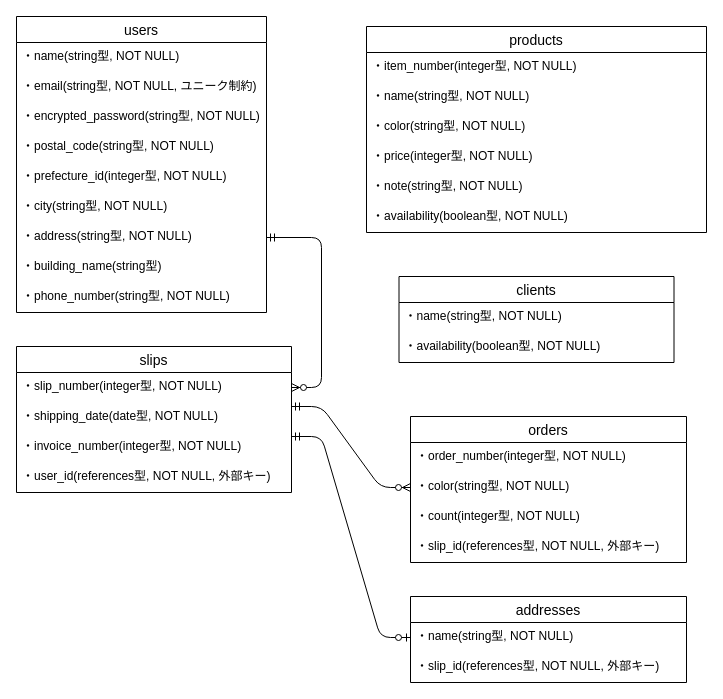
Before: easy_slips.dio in hiddy0329/easy_slips, a draw.io diagram. Source tidied: cells renumbered, new cells numbered last; positions are measured from the earlier drawing's top-left corner, leaving out a move shared by most shapes. Both pictures are drawn from the tidied source at 100%, with x=0, y=0 at pixel (16, 16).
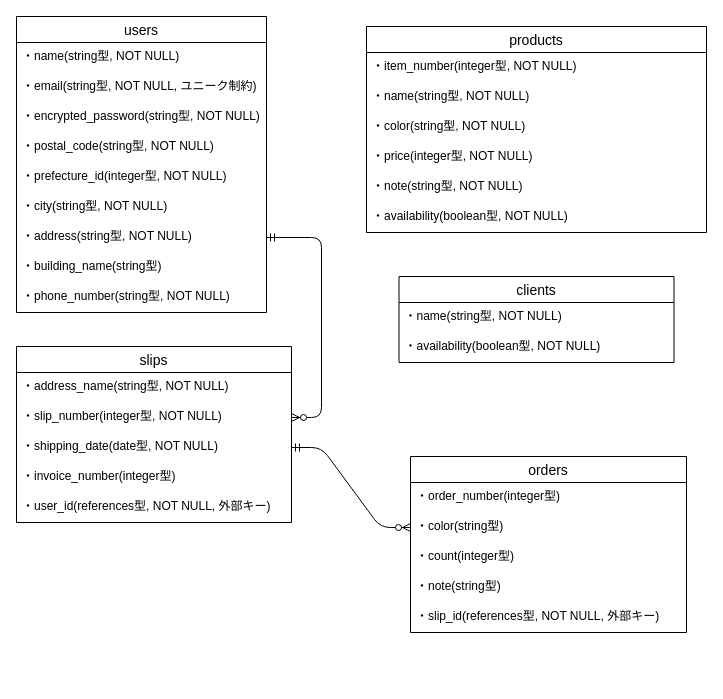
After the change.

Commit message (it also covers changes not shown here):
ER図とREADMEの修正

The edit, as a diff of the source:
```diff
@@
     <mxCell id="22" value="slips" style="swimlane;fontStyle=0;horizontal=1;startSize=26;align=center;fontSize=14;" parent="1" vertex="1">
-      <mxGeometry y="330" width="275" height="146" as="geometry" />
+      <mxGeometry y="330" width="275" height="176" as="geometry" />
     </mxCell>
+    <mxCell id="38" value="・address_name(string型, NOT NULL)" style="text;strokeColor=none;fillColor=none;spacingLeft=4;spacingRight=4;overflow=hidden;fontSize=12;" parent="22" vertex="1">
+      <mxGeometry y="26" width="275" height="30" as="geometry" />
+    </mxCell>
     <mxCell id="23" value="・slip_number(integer型, NOT NULL)" style="text;strokeColor=none;fillColor=none;spacingLeft=4;spacingRight=4;overflow=hidden;points=[[0,0.5],[1,0.5]];portConstraint=eastwest;fontSize=12;" parent="22" vertex="1">
-      <mxGeometry y="26" width="275" height="30" as="geometry" />
+      <mxGeometry y="56" width="275" height="30" as="geometry" />
     </mxCell>
     <mxCell id="24" value="・shipping_date(date型, NOT NULL)" style="text;strokeColor=none;fillColor=none;spacingLeft=4;spacingRight=4;overflow=hidden;points=[[0,0.5],[1,0.5]];portConstraint=eastwest;fontSize=12;" parent="22" vertex="1">
-      <mxGeometry y="56" width="275" height="30" as="geometry" />
+      <mxGeometry y="86" width="275" height="30" as="geometry" />
     </mxCell>
-    <mxCell id="25" value="・invoice_number(integer型, NOT NULL)" style="text;strokeColor=none;fillColor=none;spacingLeft=4;spacingRight=4;overflow=hidden;fontSize=12;" parent="22" vertex="1">
-      <mxGeometry y="86" width="275" height="30" as="geometry" />
+    <mxCell id="25" value="・invoice_number(integer型)" style="text;strokeColor=none;fillColor=none;spacingLeft=4;spacingRight=4;overflow=hidden;fontSize=12;" parent="22" vertex="1">
+      <mxGeometry y="116" width="275" height="30" as="geometry" />
     </mxCell>
     <mxCell id="26" value="・user_id(references型, NOT NULL, 外部キー)" style="text;strokeColor=none;fillColor=none;spacingLeft=4;spacingRight=4;overflow=hidden;fontSize=12;" parent="22" vertex="1">
-      <mxGeometry y="116" width="275" height="30" as="geometry" />
+      <mxGeometry y="146" width="275" height="30" as="geometry" />
     </mxCell>
@@
     <mxCell id="28" value="orders" style="swimlane;fontStyle=0;horizontal=1;startSize=26;align=center;fontSize=14;" parent="1" vertex="1">
-      <mxGeometry x="394" y="400" width="276" height="146" as="geometry" />
+      <mxGeometry x="394" y="440" width="276" height="176" as="geometry" />
     </mxCell>
-    <mxCell id="29" value="・order_number(integer型, NOT NULL)" style="text;strokeColor=none;fillColor=none;spacingLeft=4;spacingRight=4;overflow=hidden;fontSize=12;" parent="28" vertex="1">
+    <mxCell id="29" value="・order_number(integer型)" style="text;strokeColor=none;fillColor=none;spacingLeft=4;spacingRight=4;overflow=hidden;fontSize=12;" parent="28" vertex="1">
       <mxGeometry y="26" width="276" height="30" as="geometry" />
     </mxCell>
-    <mxCell id="30" value="・color(string型, NOT NULL)" style="text;strokeColor=none;fillColor=none;spacingLeft=4;spacingRight=4;overflow=hidden;points=[[0,0.5],[1,0.5]];portConstraint=eastwest;fontSize=12;" parent="28" vertex="1">
+    <mxCell id="30" value="・color(string型)" style="text;strokeColor=none;fillColor=none;spacingLeft=4;spacingRight=4;overflow=hidden;points=[[0,0.5],[1,0.5]];portConstraint=eastwest;fontSize=12;" parent="28" vertex="1">
       <mxGeometry y="56" width="276" height="30" as="geometry" />
     </mxCell>
-    <mxCell id="31" value="・count(integer型, NOT NULL)" style="text;strokeColor=none;fillColor=none;spacingLeft=4;spacingRight=4;overflow=hidden;fontSize=12;" parent="28" vertex="1">
+    <mxCell id="31" value="・count(integer型)" style="text;strokeColor=none;fillColor=none;spacingLeft=4;spacingRight=4;overflow=hidden;fontSize=12;" parent="28" vertex="1">
       <mxGeometry y="86" width="276" height="30" as="geometry" />
     </mxCell>
+    <mxCell id="39" value="・note(string型)" style="text;strokeColor=none;fillColor=none;spacingLeft=4;spacingRight=4;overflow=hidden;fontSize=12;" parent="28" vertex="1">
+      <mxGeometry y="116" width="276" height="30" as="geometry" />
+    </mxCell>
     <mxCell id="32" value="・slip_id(references型, NOT NULL, 外部キー)" style="text;strokeColor=none;fillColor=none;spacingLeft=4;spacingRight=4;overflow=hidden;fontSize=12;" parent="28" vertex="1">
-      <mxGeometry y="116" width="276" height="30" as="geometry" />
+      <mxGeometry y="146" width="276" height="30" as="geometry" />
     </mxCell>
-    <mxCell id="33" value="addresses" style="swimlane;fontStyle=0;horizontal=1;startSize=26;align=center;fontSize=14;" parent="1" vertex="1">
-      <mxGeometry x="394" y="580" width="276" height="86" as="geometry" />
-    </mxCell>
-    <mxCell id="34" value="・name(string型, NOT NULL)" style="text;strokeColor=none;fillColor=none;spacingLeft=4;spacingRight=4;overflow=hidden;points=[[0,0.5],[1,0.5]];portConstraint=eastwest;fontSize=12;" parent="33" vertex="1">
-      <mxGeometry y="26" width="276" height="30" as="geometry" />
-    </mxCell>
-    <mxCell id="35" value="・slip_id(references型, NOT NULL, 外部キー)" style="text;strokeColor=none;fillColor=none;spacingLeft=4;spacingRight=4;overflow=hidden;fontSize=12;" parent="33" vertex="1">
-      <mxGeometry y="56" width="276" height="30" as="geometry" />
-    </mxCell>
-    <mxCell id="36" style="edgeStyle=entityRelationEdgeStyle;fontSize=12;html=1;endArrow=ERzeroToOne;startArrow=ERmandOne;entryX=0;entryY=0.5;entryDx=0;entryDy=0;" parent="1" edge="1" target="34">
-      <mxGeometry relative="1" as="geometry">
-        <mxPoint x="275" y="420" as="sourcePoint" />
-      </mxGeometry>
-    </mxCell>
-    <mxCell id="37" style="edgeStyle=entityRelationEdgeStyle;fontSize=12;html=1;endArrow=ERzeroToMany;startArrow=ERmandOne;entryX=0;entryY=0.5;entryDx=0;entryDy=0;" parent="1" edge="1" target="30">
-      <mxGeometry relative="1" as="geometry">
-        <mxPoint x="275" y="390" as="sourcePoint" />
-      </mxGeometry>
+    <mxCell id="37" style="edgeStyle=entityRelationEdgeStyle;fontSize=12;html=1;endArrow=ERzeroToMany;startArrow=ERmandOne;entryX=0;entryY=0.5;entryDx=0;entryDy=0;exitX=1;exitY=0.5;exitDx=0;exitDy=0;" parent="1" edge="1" source="24" target="30">
+      <mxGeometry relative="1" as="geometry" />
     </mxCell>
```
